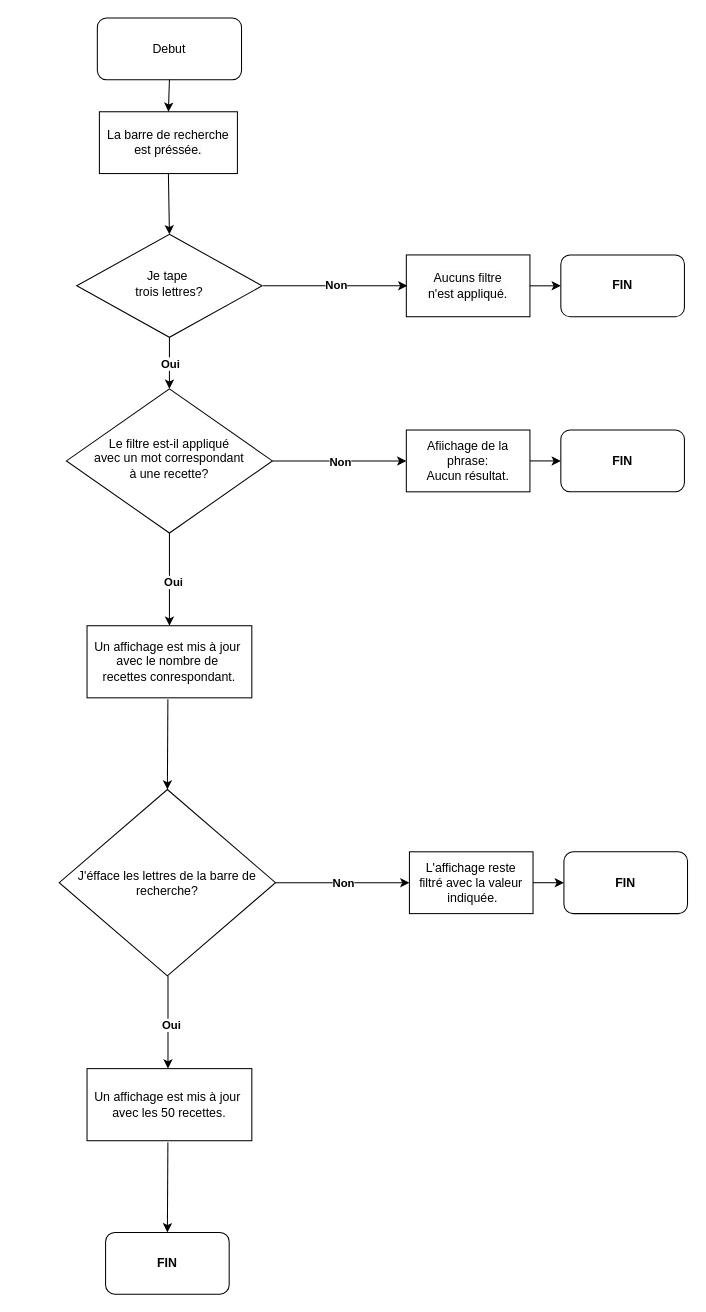
stephanemalho/lesPetitsPlats keeps this draw.io diagram as src/js/utils/petitplatfiltre.drawio. Above is the earlier version. Source tidied: cells renumbered, new cells numbered last; positions are measured from the earlier drawing's top-left corner, leaving out a move shared by most shapes. Both pictures are drawn from the tidied source at 103%, with x=0, y=0 at pixel (59, 18).
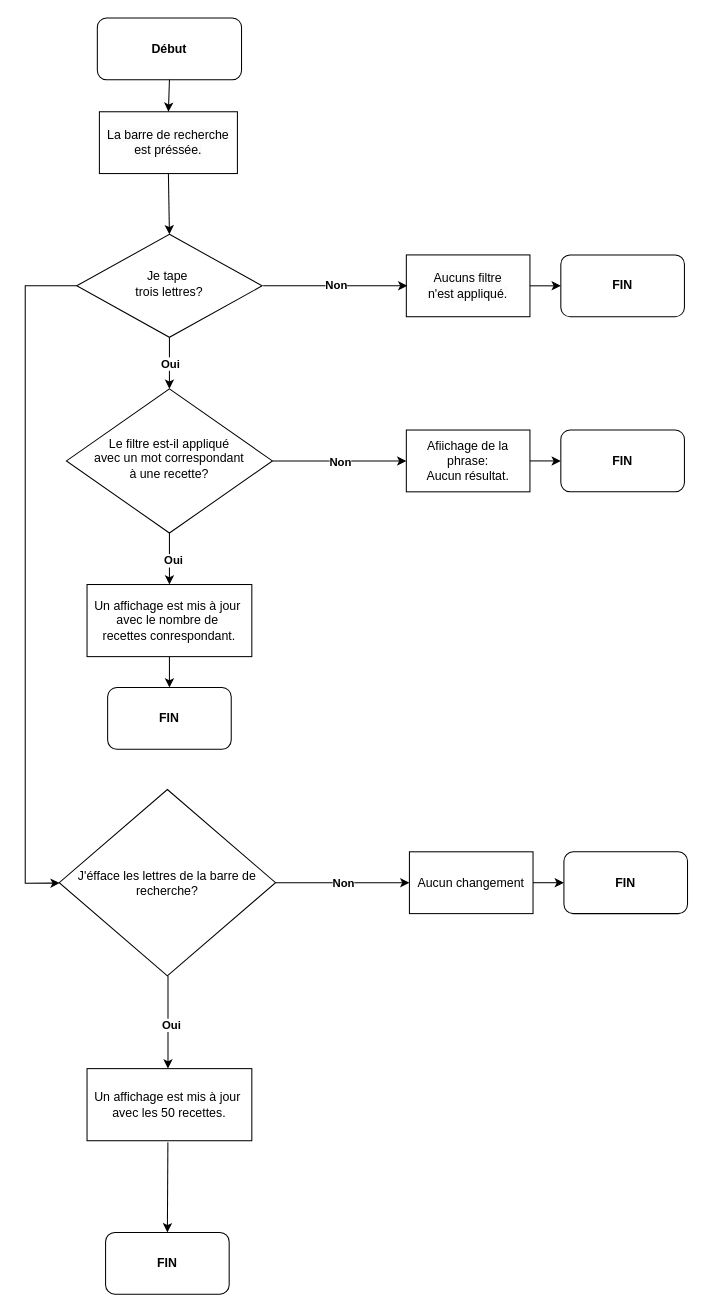
Above is the later version.

The change refers to these unchanged cells:
```xml
<mxCell id="2" value="Je tape&amp;nbsp;&lt;br&gt;trois lettres?" style="rhombus;whiteSpace=wrap;html=1;shadow=0;fontFamily=Helvetica;fontSize=12;align=center;strokeWidth=1;spacing=6;spacingTop=-4;" parent="1" vertex="1">
  <mxGeometry x="17" y="210" width="180" height="100" as="geometry" />
</mxCell>
<mxCell id="3" value="Le filtre est-il appliqué &lt;br&gt;avec un mot correspondant &lt;br&gt;à une recette?" style="rhombus;whiteSpace=wrap;html=1;shadow=0;fontFamily=Helvetica;fontSize=12;align=center;strokeWidth=1;spacing=6;spacingTop=-4;" parent="1" vertex="1">
  <mxGeometry x="7" y="360" width="200" height="140" as="geometry" />
</mxCell>
<mxCell id="21" value="J'éfface les lettres de la barre de recherche?" style="rhombus;whiteSpace=wrap;html=1;" parent="1" vertex="1">
  <mxGeometry y="749" width="210" height="181" as="geometry" />
</mxCell>
```

What changed in the source:
```diff
@@
     <mxCell id="17" style="endArrow=classic;html=1;rounded=0;exitX=0.5;exitY=1;exitDx=0;exitDy=0;" parent="1" edge="1" source="3">
       <mxGeometry relative="1" as="geometry">
-        <mxPoint x="107" y="590" as="targetPoint" />
+        <mxPoint x="107" y="550" as="targetPoint" />
       </mxGeometry>
     </mxCell>
@@
     <mxCell id="19" value="Un affichage est mis à jour&amp;nbsp;&lt;br&gt;avec le nombre de&amp;nbsp;&lt;br&gt;recettes conrespondant." style="rounded=0;whiteSpace=wrap;html=1;" parent="1" vertex="1">
-      <mxGeometry x="27" y="590" width="160" height="70" as="geometry" />
+      <mxGeometry x="27" y="550" width="160" height="70" as="geometry" />
     </mxCell>
-    <mxCell id="20" style="endArrow=classic;html=1;rounded=0;exitX=0.453;exitY=1.035;exitDx=0;exitDy=0;exitPerimeter=0;" parent="1" edge="1">
-      <mxGeometry relative="1" as="geometry">
-        <mxPoint x="105.5" y="661.4" as="sourcePoint" />
-        <mxPoint x="105" y="749" as="targetPoint" />
-      </mxGeometry>
-    </mxCell>
@@
-    <mxCell id="22" value="L'affichage reste &lt;br&gt;filtré avec la valeur&lt;br&gt;&amp;nbsp;indiquée." style="rounded=0;whiteSpace=wrap;html=1;" parent="1" vertex="1">
+    <mxCell id="22" value="Aucun changement" style="rounded=0;whiteSpace=wrap;html=1;" parent="1" vertex="1">
       <mxGeometry x="340" y="809.5" width="120" height="60" as="geometry" />
     </mxCell>
@@
-    <mxCell id="32" value="Debut" style="rounded=1;whiteSpace=wrap;html=1;" parent="1" vertex="1">
+    <mxCell id="32" value="&lt;b&gt;Début&lt;/b&gt;" style="rounded=1;whiteSpace=wrap;html=1;" parent="1" vertex="1">
       <mxGeometry x="37" width="140" height="60" as="geometry" />
     </mxCell>
@@
+    <mxCell id="34" style="endArrow=classic;html=1;rounded=0;exitX=0.5;exitY=1;exitDx=0;exitDy=0;" parent="1" edge="1" source="19">
+      <mxGeometry relative="1" as="geometry">
+        <mxPoint x="107" y="650" as="targetPoint" />
+      </mxGeometry>
+    </mxCell>
+    <mxCell id="35" value="&lt;b&gt;FIN&lt;/b&gt;" style="rounded=1;whiteSpace=wrap;html=1;" parent="1" vertex="1">
+      <mxGeometry x="47" y="650" width="120" height="60" as="geometry" />
+    </mxCell>
+    <mxCell id="36" style="endArrow=classic;html=1;rounded=0;exitX=0;exitY=0.5;exitDx=0;exitDy=0;" parent="1" edge="1" source="2" target="21">
+      <mxGeometry relative="1" as="geometry">
+        <Array as="points">
+          <mxPoint x="-33" y="260" />
+          <mxPoint x="-33" y="840" />
+        </Array>
+      </mxGeometry>
+    </mxCell>
```
